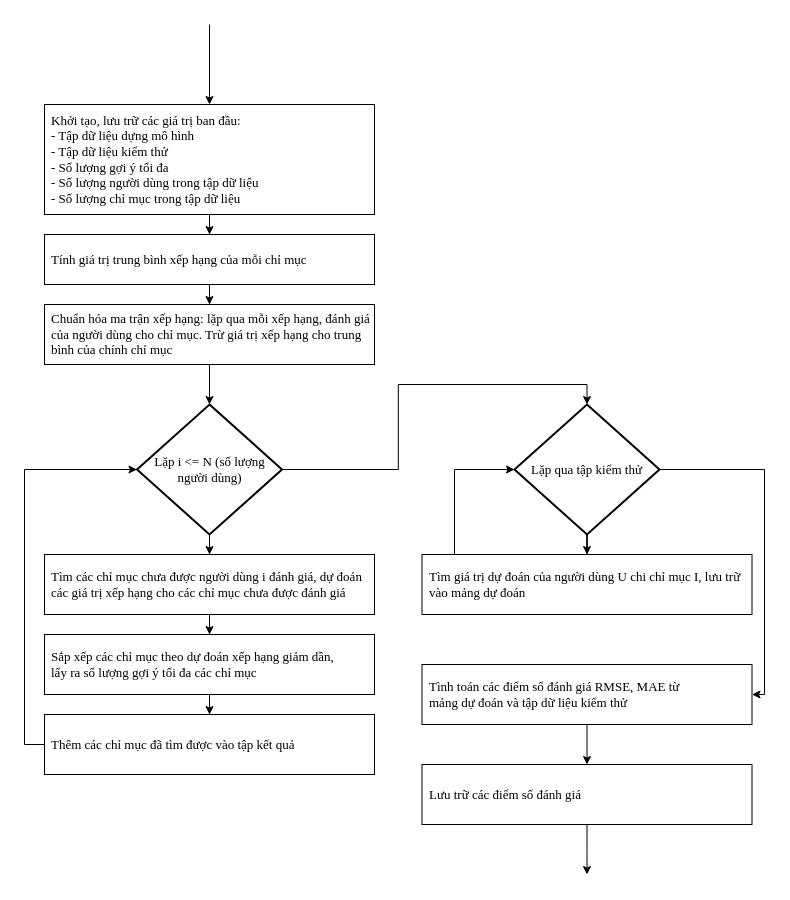
Earlier version of the draw.io diagram page "flow popular" (14 of 33) of full-chart.drawio (nlhtrung00/MidRS). Source tidied: cells renumbered, new cells numbered last; positions are measured from the earlier drawing's top-left corner, leaving out a move shared by most shapes. Both pictures are drawn from the tidied source at 100%, with x=0, y=0 at pixel (24, 24).
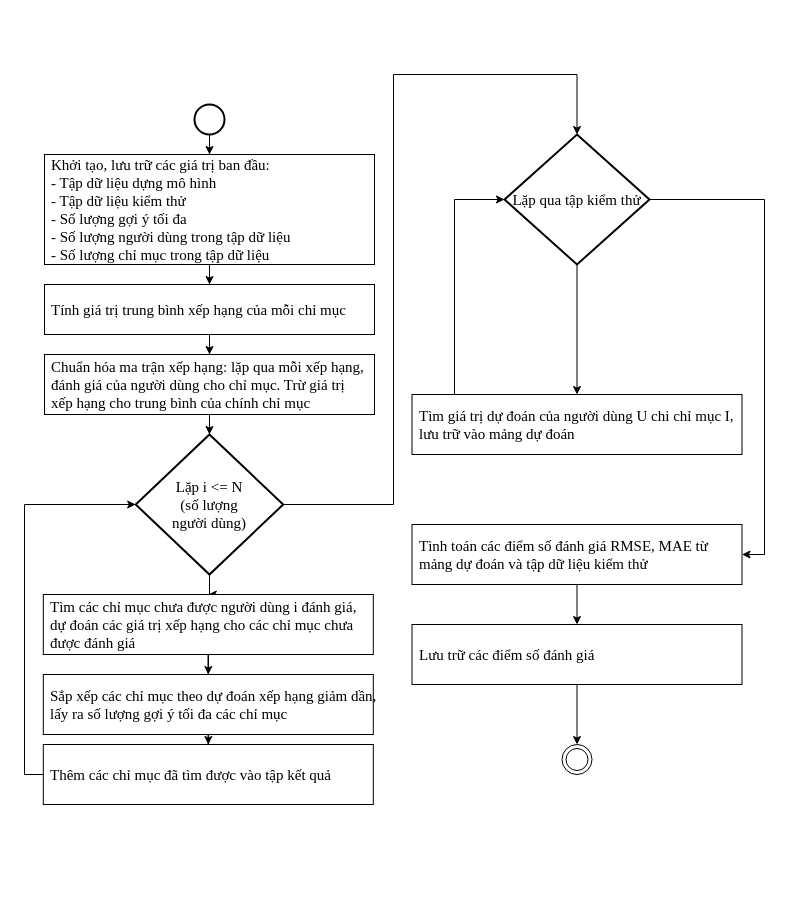
After the change.

Diff of the diagram source:
```diff
@@
-    <mxCell id="2" style="edgeStyle=orthogonalEdgeStyle;rounded=0;jettySize=auto;html=1;entryX=0.5;entryY=0;entryDx=0;entryDy=0;strokeColor=default;fontFamily=Times New Roman;fontSize=13;" parent="1" edge="1" source="3" target="5">
+    <mxCell id="2" style="edgeStyle=orthogonalEdgeStyle;rounded=0;jettySize=auto;html=1;entryX=0.5;entryY=0;entryDx=0;entryDy=0;strokeColor=default;fontFamily=Times New Roman;fontSize=15;" parent="1" edge="1" source="3" target="5">
       <mxGeometry relative="1" as="geometry" />
     </mxCell>
-    <mxCell id="3" value="&lt;span style=&quot;font-weight: 400;&quot;&gt;Khởi tạo, lưu trữ các giá trị ban đầu:&lt;br&gt;- Tập dữ liệu dựng mô hình&lt;br&gt;- Tập dữ liệu kiểm thử&lt;br&gt;- Số lượng gợi ý tối đa&lt;br&gt;- Số lượng người dùng trong tập dữ liệu&lt;br&gt;- Số lượng chỉ mục trong tập dữ liệu&lt;br&gt;&lt;/span&gt;" style="html=1;dashed=0;whitespace=wrap;labelBorderColor=none;fillStyle=auto;fontFamily=Times New Roman;fontSize=13;fontStyle=1;align=left;spacingLeft=5;" parent="1" vertex="1">
-      <mxGeometry x="20" y="80" width="330" height="110" as="geometry" />
+    <mxCell id="3" value="&lt;span style=&quot;font-weight: 400; font-size: 15px;&quot;&gt;Khởi tạo, lưu trữ các giá trị ban đầu:&lt;br style=&quot;font-size: 15px;&quot;&gt;- Tập dữ liệu dựng mô hình&lt;br style=&quot;font-size: 15px;&quot;&gt;- Tập dữ liệu kiểm thử&lt;br style=&quot;font-size: 15px;&quot;&gt;- Số lượng gợi ý tối đa&lt;br style=&quot;font-size: 15px;&quot;&gt;- Số lượng người dùng trong tập dữ liệu&lt;br style=&quot;font-size: 15px;&quot;&gt;- Số lượng chỉ mục trong tập dữ liệu&lt;br style=&quot;font-size: 15px;&quot;&gt;&lt;/span&gt;" style="html=1;dashed=0;whitespace=wrap;labelBorderColor=none;fillStyle=auto;fontFamily=Times New Roman;fontSize=15;fontStyle=1;align=left;spacingLeft=5;" parent="1" vertex="1">
+      <mxGeometry x="20" y="130" width="330" height="110" as="geometry" />
     </mxCell>
-    <mxCell id="4" style="edgeStyle=orthogonalEdgeStyle;rounded=0;jettySize=auto;html=1;strokeColor=default;fontFamily=Times New Roman;fontSize=13;" parent="1" edge="1" source="5" target="7">
+    <mxCell id="4" style="edgeStyle=orthogonalEdgeStyle;rounded=0;jettySize=auto;html=1;strokeColor=default;fontFamily=Times New Roman;fontSize=15;" parent="1" edge="1" source="5" target="7">
       <mxGeometry relative="1" as="geometry" />
     </mxCell>
-    <mxCell id="5" value="&lt;span style=&quot;font-weight: 400;&quot;&gt;Tính giá trị trung bình xếp hạng của mỗi chỉ mục&lt;br&gt;&lt;/span&gt;" style="html=1;dashed=0;whitespace=wrap;labelBorderColor=none;fillStyle=auto;fontFamily=Times New Roman;fontSize=13;fontStyle=1;align=left;spacingLeft=5;" parent="1" vertex="1">
-      <mxGeometry x="20" y="210" width="330" height="50" as="geometry" />
+    <mxCell id="5" value="&lt;span style=&quot;font-weight: 400; font-size: 15px;&quot;&gt;Tính giá trị trung bình xếp hạng của mỗi chỉ mục&lt;br style=&quot;font-size: 15px;&quot;&gt;&lt;/span&gt;" style="html=1;dashed=0;whitespace=wrap;labelBorderColor=none;fillStyle=auto;fontFamily=Times New Roman;fontSize=15;fontStyle=1;align=left;spacingLeft=5;" parent="1" vertex="1">
+      <mxGeometry x="20" y="260" width="330" height="50" as="geometry" />
     </mxCell>
-    <mxCell id="6" style="edgeStyle=orthogonalEdgeStyle;rounded=0;jettySize=auto;html=1;entryX=0.5;entryY=0;entryDx=0;entryDy=0;entryPerimeter=0;strokeColor=default;fontFamily=Times New Roman;fontSize=13;" parent="1" edge="1" source="7" target="10">
+    <mxCell id="6" style="edgeStyle=orthogonalEdgeStyle;rounded=0;jettySize=auto;html=1;entryX=0.5;entryY=0;entryDx=0;entryDy=0;entryPerimeter=0;strokeColor=default;fontFamily=Times New Roman;fontSize=15;" parent="1" edge="1" source="7" target="10">
       <mxGeometry relative="1" as="geometry" />
     </mxCell>
-    <mxCell id="7" value="&lt;span style=&quot;font-weight: 400;&quot;&gt;Chuẩn hóa ma trận xếp hạng: lặp qua mỗi xếp hạng, đánh giá&amp;nbsp;&lt;br&gt;của người dùng cho chỉ mục. Trừ giá trị xếp hạng cho trung &lt;br&gt;bình của chính chỉ mục&lt;br&gt;&lt;/span&gt;" style="html=1;dashed=0;whitespace=wrap;labelBorderColor=none;fillStyle=auto;fontFamily=Times New Roman;fontSize=13;fontStyle=1;align=left;spacingRight=1;spacingLeft=5;" parent="1" vertex="1">
-      <mxGeometry x="20" y="280" width="330" height="60" as="geometry" />
+    <mxCell id="7" value="&lt;span style=&quot;font-weight: 400; font-size: 15px;&quot;&gt;Chuẩn hóa ma trận xếp hạng: lặp qua mỗi xếp hạng, &lt;br&gt;đánh giá của người dùng cho chỉ mục. Trừ giá trị &lt;br&gt;xếp hạng cho trung bình của chính chỉ mục&lt;br style=&quot;font-size: 15px;&quot;&gt;&lt;/span&gt;" style="html=1;dashed=0;whitespace=wrap;labelBorderColor=none;fillStyle=auto;fontFamily=Times New Roman;fontSize=15;fontStyle=1;align=left;spacingRight=1;spacingLeft=5;" parent="1" vertex="1">
+      <mxGeometry x="20" y="330" width="330" height="60" as="geometry" />
     </mxCell>
-    <mxCell id="8" style="edgeStyle=orthogonalEdgeStyle;rounded=0;jettySize=auto;html=1;entryX=0.5;entryY=0;entryDx=0;entryDy=0;strokeColor=default;fontFamily=Times New Roman;fontSize=13;" parent="1" edge="1" source="10" target="12">
+    <mxCell id="8" style="edgeStyle=orthogonalEdgeStyle;rounded=0;jettySize=auto;html=1;entryX=0.5;entryY=0;entryDx=0;entryDy=0;strokeColor=default;fontFamily=Times New Roman;fontSize=15;" parent="1" edge="1" source="10" target="12">
       <mxGeometry relative="1" as="geometry" />
     </mxCell>
-    <mxCell id="9" style="edgeStyle=orthogonalEdgeStyle;rounded=0;jettySize=auto;html=1;strokeColor=default;fontFamily=Times New Roman;fontSize=13;entryX=0.5;entryY=0;entryDx=0;entryDy=0;entryPerimeter=0;" parent="1" edge="1" source="10" target="19">
-      <mxGeometry relative="1" as="geometry" />
+    <mxCell id="9" style="edgeStyle=orthogonalEdgeStyle;rounded=0;jettySize=auto;html=1;strokeColor=default;fontFamily=Times New Roman;fontSize=15;entryX=0.5;entryY=0;entryDx=0;entryDy=0;entryPerimeter=0;" parent="1" edge="1" source="10" target="19">
+      <mxGeometry relative="1" as="geometry">
+        <Array as="points">
+          <mxPoint x="369" y="480" />
+          <mxPoint x="369" y="50" />
+          <mxPoint x="553" y="50" />
+        </Array>
+      </mxGeometry>
     </mxCell>
-    <mxCell id="10" value="Lặp i &amp;lt;= N (số lượng người dùng)" style="strokeWidth=2;html=1;shape=mxgraph.flowchart.decision;whiteSpace=wrap;labelBorderColor=none;fillStyle=auto;fontFamily=Times New Roman;fontSize=13;spacingLeft=3;spacingRight=3;" parent="1" vertex="1">
-      <mxGeometry x="112.5" y="380" width="145" height="130" as="geometry" />
+    <mxCell id="10" value="Lặp i &amp;lt;= N &lt;br&gt;(số lượng &lt;br&gt;người dùng)" style="strokeWidth=2;html=1;shape=mxgraph.flowchart.decision;whiteSpace=wrap;labelBorderColor=none;fillStyle=auto;fontFamily=Times New Roman;fontSize=15;spacingLeft=3;spacingRight=3;verticalAlign=middle;" parent="1" vertex="1">
+      <mxGeometry x="111.2" y="410" width="147.5" height="140" as="geometry" />
     </mxCell>
-    <mxCell id="11" style="edgeStyle=orthogonalEdgeStyle;rounded=0;jettySize=auto;html=1;entryX=0.5;entryY=0;entryDx=0;entryDy=0;strokeColor=default;fontFamily=Times New Roman;fontSize=13;" parent="1" edge="1" source="12" target="14">
+    <mxCell id="11" style="edgeStyle=orthogonalEdgeStyle;rounded=0;jettySize=auto;html=1;entryX=0.5;entryY=0;entryDx=0;entryDy=0;strokeColor=default;fontFamily=Times New Roman;fontSize=15;" parent="1" edge="1" source="12" target="14">
       <mxGeometry relative="1" as="geometry" />
     </mxCell>
-    <mxCell id="12" value="&lt;span style=&quot;font-weight: 400;&quot;&gt;Tìm các chỉ mục chưa được người dùng i đánh giá, dự đoán&lt;br&gt;các giá trị xếp hạng cho các chỉ mục chưa được đánh giá&lt;br&gt;&lt;/span&gt;" style="html=1;dashed=0;whitespace=wrap;labelBorderColor=none;fillStyle=auto;fontFamily=Times New Roman;fontSize=13;fontStyle=1;align=left;spacingRight=1;spacingLeft=5;" parent="1" vertex="1">
-      <mxGeometry x="20" y="530" width="330" height="60" as="geometry" />
+    <mxCell id="12" value="&lt;span style=&quot;font-weight: 400; font-size: 15px;&quot;&gt;Tìm các chỉ mục chưa được người dùng i đánh giá, &lt;br&gt;dự đoán các giá trị xếp hạng cho các chỉ mục chưa &lt;br&gt;được đánh giá&lt;br style=&quot;font-size: 15px;&quot;&gt;&lt;/span&gt;" style="html=1;dashed=0;whitespace=wrap;labelBorderColor=none;fillStyle=auto;fontFamily=Times New Roman;fontSize=15;fontStyle=1;align=left;spacingRight=1;spacingLeft=5;" parent="1" vertex="1">
+      <mxGeometry x="18.8" y="570" width="330" height="60" as="geometry" />
     </mxCell>
-    <mxCell id="13" style="edgeStyle=orthogonalEdgeStyle;rounded=0;jettySize=auto;html=1;entryX=0.5;entryY=0;entryDx=0;entryDy=0;strokeColor=default;fontFamily=Times New Roman;fontSize=13;" parent="1" edge="1" source="14" target="16">
+    <mxCell id="13" style="edgeStyle=orthogonalEdgeStyle;rounded=0;jettySize=auto;html=1;entryX=0.5;entryY=0;entryDx=0;entryDy=0;strokeColor=default;fontFamily=Times New Roman;fontSize=15;" parent="1" edge="1" source="14" target="16">
       <mxGeometry relative="1" as="geometry" />
     </mxCell>
-    <mxCell id="14" value="&lt;span style=&quot;font-weight: 400;&quot;&gt;Sắp xếp các chỉ mục theo dự đoán xếp hạng giảm dần,&lt;br&gt;lấy ra số lượng gợi ý tối đa các chỉ mục&lt;br&gt;&lt;/span&gt;" style="html=1;dashed=0;whitespace=wrap;labelBorderColor=none;fillStyle=auto;fontFamily=Times New Roman;fontSize=13;fontStyle=1;align=left;spacingRight=1;spacingLeft=5;" parent="1" vertex="1">
-      <mxGeometry x="20" y="610" width="330" height="60" as="geometry" />
+    <mxCell id="14" value="&lt;span style=&quot;font-weight: 400; font-size: 15px;&quot;&gt;Sắp xếp các chỉ mục theo dự đoán xếp hạng giảm dần,&lt;br style=&quot;font-size: 15px;&quot;&gt;lấy ra số lượng gợi ý tối đa các chỉ mục&lt;br style=&quot;font-size: 15px;&quot;&gt;&lt;/span&gt;" style="html=1;dashed=0;whitespace=wrap;labelBorderColor=none;fillStyle=auto;fontFamily=Times New Roman;fontSize=15;fontStyle=1;align=left;spacingRight=1;spacingLeft=5;" parent="1" vertex="1">
+      <mxGeometry x="18.8" y="650" width="330" height="60" as="geometry" />
     </mxCell>
     <mxCell id="15" style="edgeStyle=orthogonalEdgeStyle;rounded=0;jettySize=auto;html=1;entryX=0;entryY=0.5;entryDx=0;entryDy=0;entryPerimeter=0;strokeColor=default;fontFamily=Times New Roman;fontSize=13;" parent="1" edge="1" source="16" target="10">
       <mxGeometry relative="1" as="geometry">
         <Array as="points">
-          <mxPoint y="720" />
-          <mxPoint y="445" />
+          <mxPoint y="750" />
+          <mxPoint y="480" />
         </Array>
       </mxGeometry>
     </mxCell>
-    <mxCell id="16" value="&lt;span style=&quot;font-weight: 400;&quot;&gt;Thêm các chỉ mục đã tìm được vào tập kết quả&lt;br&gt;&lt;/span&gt;" style="html=1;dashed=0;whitespace=wrap;labelBorderColor=none;fillStyle=auto;fontFamily=Times New Roman;fontSize=13;fontStyle=1;align=left;spacingRight=1;spacingLeft=5;" parent="1" vertex="1">
-      <mxGeometry x="20" y="690" width="330" height="60" as="geometry" />
+    <mxCell id="16" value="&lt;span style=&quot;font-weight: 400; font-size: 15px;&quot;&gt;Thêm các chỉ mục đã tìm được vào tập kết quả&lt;br style=&quot;font-size: 15px;&quot;&gt;&lt;/span&gt;" style="html=1;dashed=0;whitespace=wrap;labelBorderColor=none;fillStyle=auto;fontFamily=Times New Roman;fontSize=15;fontStyle=1;align=left;spacingRight=1;spacingLeft=5;" parent="1" vertex="1">
+      <mxGeometry x="18.8" y="720" width="330" height="60" as="geometry" />
     </mxCell>
-    <mxCell id="17" style="edgeStyle=orthogonalEdgeStyle;rounded=0;jettySize=auto;html=1;strokeColor=default;fontFamily=Times New Roman;fontSize=13;" parent="1" edge="1" source="19" target="21">
+    <mxCell id="17" style="edgeStyle=orthogonalEdgeStyle;rounded=0;jettySize=auto;html=1;strokeColor=default;fontFamily=Times New Roman;fontSize=15;" parent="1" edge="1" source="19" target="21">
       <mxGeometry relative="1" as="geometry" />
     </mxCell>
     <mxCell id="18" style="edgeStyle=orthogonalEdgeStyle;rounded=0;jettySize=auto;html=1;strokeColor=default;fontFamily=Times New Roman;fontSize=13;entryX=1;entryY=0.5;entryDx=0;entryDy=0;" parent="1" edge="1" source="19" target="24">
       <mxGeometry relative="1" as="geometry">
         <Array as="points">
-          <mxPoint x="740" y="445" />
-          <mxPoint x="740" y="670" />
+          <mxPoint x="740" y="175" />
+          <mxPoint x="740" y="530" />
         </Array>
       </mxGeometry>
     </mxCell>
-    <mxCell id="19" value="Lặp qua tập kiểm thử" style="strokeWidth=2;html=1;shape=mxgraph.flowchart.decision;whiteSpace=wrap;labelBorderColor=none;fillStyle=auto;fontFamily=Times New Roman;fontSize=13;spacingLeft=3;spacingRight=3;" parent="1" vertex="1">
-      <mxGeometry x="490" y="380" width="145" height="130" as="geometry" />
+    <mxCell id="19" value="Lặp qua tập kiểm thử" style="strokeWidth=2;html=1;shape=mxgraph.flowchart.decision;whiteSpace=wrap;labelBorderColor=none;fillStyle=auto;fontFamily=Times New Roman;fontSize=15;spacingLeft=3;spacingRight=3;" parent="1" vertex="1">
+      <mxGeometry x="480" y="110" width="145" height="130" as="geometry" />
     </mxCell>
-    <mxCell id="20" style="edgeStyle=orthogonalEdgeStyle;rounded=0;jettySize=auto;html=1;entryX=0;entryY=0.5;entryDx=0;entryDy=0;entryPerimeter=0;strokeColor=default;fontFamily=Times New Roman;fontSize=13;" parent="1" edge="1" source="21" target="19">
+    <mxCell id="20" style="edgeStyle=orthogonalEdgeStyle;rounded=0;jettySize=auto;html=1;entryX=0;entryY=0.5;entryDx=0;entryDy=0;entryPerimeter=0;strokeColor=default;fontFamily=Times New Roman;fontSize=15;" parent="1" edge="1" source="21" target="19">
       <mxGeometry relative="1" as="geometry">
         <Array as="points">
-          <mxPoint x="430" y="445" />
+          <mxPoint x="430" y="175" />
         </Array>
       </mxGeometry>
     </mxCell>
-    <mxCell id="21" value="&lt;span style=&quot;font-weight: 400;&quot;&gt;Tìm giá trị dự đoán của người dùng U chi chỉ mục I, lưu trữ&lt;br&gt;vào mảng dự đoán&lt;br&gt;&lt;/span&gt;" style="html=1;dashed=0;whitespace=wrap;labelBorderColor=none;fillStyle=auto;fontFamily=Times New Roman;fontSize=13;fontStyle=1;align=left;spacingRight=1;spacingLeft=5;" parent="1" vertex="1">
-      <mxGeometry x="397.5" y="530" width="330" height="60" as="geometry" />
+    <mxCell id="21" value="&lt;span style=&quot;font-weight: 400; font-size: 15px;&quot;&gt;Tìm giá trị dự đoán của người dùng U chi chỉ mục I, &lt;br&gt;lưu trữ vào mảng dự đoán&lt;br style=&quot;font-size: 15px;&quot;&gt;&lt;/span&gt;" style="html=1;dashed=0;whitespace=wrap;labelBorderColor=none;fillStyle=auto;fontFamily=Times New Roman;fontSize=15;fontStyle=1;align=left;spacingRight=1;spacingLeft=5;" parent="1" vertex="1">
+      <mxGeometry x="387.5" y="370" width="330" height="60" as="geometry" />
     </mxCell>
-    <mxCell id="22" style="edgeStyle=orthogonalEdgeStyle;jettySize=auto;html=1;strokeColor=default;fontFamily=Times New Roman;fontSize=13;rounded=0;entryX=0.5;entryY=0;entryDx=0;entryDy=0;" parent="1" edge="1" target="3">
-      <mxGeometry relative="1" as="geometry">
-        <mxPoint x="185" as="sourcePoint" />
-        <Array as="points">
-          <mxPoint x="185" />
-        </Array>
-      </mxGeometry>
-    </mxCell>
-    <mxCell id="23" style="edgeStyle=orthogonalEdgeStyle;rounded=0;jettySize=auto;html=1;strokeColor=default;fontFamily=Times New Roman;fontSize=13;" parent="1" edge="1" source="24" target="26">
+    <mxCell id="23" style="edgeStyle=orthogonalEdgeStyle;rounded=0;jettySize=auto;html=1;strokeColor=default;fontFamily=Times New Roman;fontSize=15;" parent="1" edge="1" source="24" target="26">
       <mxGeometry relative="1" as="geometry" />
     </mxCell>
-    <mxCell id="24" value="&lt;span style=&quot;font-weight: 400;&quot;&gt;Tình toán các điểm số đánh giá RMSE, MAE từ&lt;br&gt;mảng dự đoán và tập dữ liệu kiểm thử&lt;br&gt;&lt;/span&gt;" style="html=1;dashed=0;whitespace=wrap;labelBorderColor=none;fillStyle=auto;fontFamily=Times New Roman;fontSize=13;fontStyle=1;align=left;spacingRight=1;spacingLeft=5;" parent="1" vertex="1">
-      <mxGeometry x="397.5" y="640" width="330" height="60" as="geometry" />
+    <mxCell id="24" value="&lt;span style=&quot;font-weight: 400; font-size: 15px;&quot;&gt;Tình toán các điểm số đánh giá RMSE, MAE từ&lt;br style=&quot;font-size: 15px;&quot;&gt;mảng dự đoán và tập dữ liệu kiểm thử&lt;br style=&quot;font-size: 15px;&quot;&gt;&lt;/span&gt;" style="html=1;dashed=0;whitespace=wrap;labelBorderColor=none;fillStyle=auto;fontFamily=Times New Roman;fontSize=15;fontStyle=1;align=left;spacingRight=1;spacingLeft=5;" parent="1" vertex="1">
+      <mxGeometry x="387.5" y="500" width="330" height="60" as="geometry" />
     </mxCell>
-    <mxCell id="25" style="edgeStyle=orthogonalEdgeStyle;rounded=0;jettySize=auto;html=1;strokeColor=default;fontFamily=Times New Roman;fontSize=13;" parent="1" edge="1" source="26">
-      <mxGeometry relative="1" as="geometry">
-        <mxPoint x="562.5" y="850" as="targetPoint" />
-      </mxGeometry>
+    <mxCell id="25" style="edgeStyle=orthogonalEdgeStyle;rounded=0;jettySize=auto;html=1;strokeColor=default;fontFamily=Times New Roman;fontSize=15;entryX=0.5;entryY=0;entryDx=0;entryDy=0;" parent="1" edge="1" source="26" target="29">
+      <mxGeometry relative="1" as="geometry" />
     </mxCell>
-    <mxCell id="26" value="&lt;span style=&quot;font-weight: 400;&quot;&gt;Lưu trữ các điểm số đánh giá&lt;br&gt;&lt;/span&gt;" style="html=1;dashed=0;whitespace=wrap;labelBorderColor=none;fillStyle=auto;fontFamily=Times New Roman;fontSize=13;fontStyle=1;align=left;spacingRight=1;spacingLeft=5;" parent="1" vertex="1">
-      <mxGeometry x="397.5" y="740" width="330" height="60" as="geometry" />
+    <mxCell id="26" value="&lt;span style=&quot;font-weight: 400; font-size: 15px;&quot;&gt;Lưu trữ các điểm số đánh giá&lt;br style=&quot;font-size: 15px;&quot;&gt;&lt;/span&gt;" style="html=1;dashed=0;whitespace=wrap;labelBorderColor=none;fillStyle=auto;fontFamily=Times New Roman;fontSize=15;fontStyle=1;align=left;spacingRight=1;spacingLeft=5;" parent="1" vertex="1">
+      <mxGeometry x="387.5" y="600" width="330" height="60" as="geometry" />
     </mxCell>
+    <mxCell id="27" style="edgeStyle=orthogonalEdgeStyle;rounded=0;jettySize=auto;html=1;fontFamily=Times New Roman;fontSize=15;" parent="1" edge="1" source="28" target="3">
+      <mxGeometry relative="1" as="geometry" />
+    </mxCell>
+    <mxCell id="28" style="strokeWidth=2;html=1;shape=mxgraph.flowchart.start_2;whiteSpace=wrap;fontFamily=Times New Roman;fontSize=15;" parent="1" vertex="1">
+      <mxGeometry x="170" y="80" width="30" height="30" as="geometry" />
+    </mxCell>
+    <mxCell id="29" style="ellipse;shape=doubleEllipse;html=1;dashed=0;whitespace=wrap;fontFamily=Times New Roman;fontSize=15;" parent="1" vertex="1">
+      <mxGeometry x="537.5" y="720" width="30" height="30" as="geometry" />
+    </mxCell>
```
